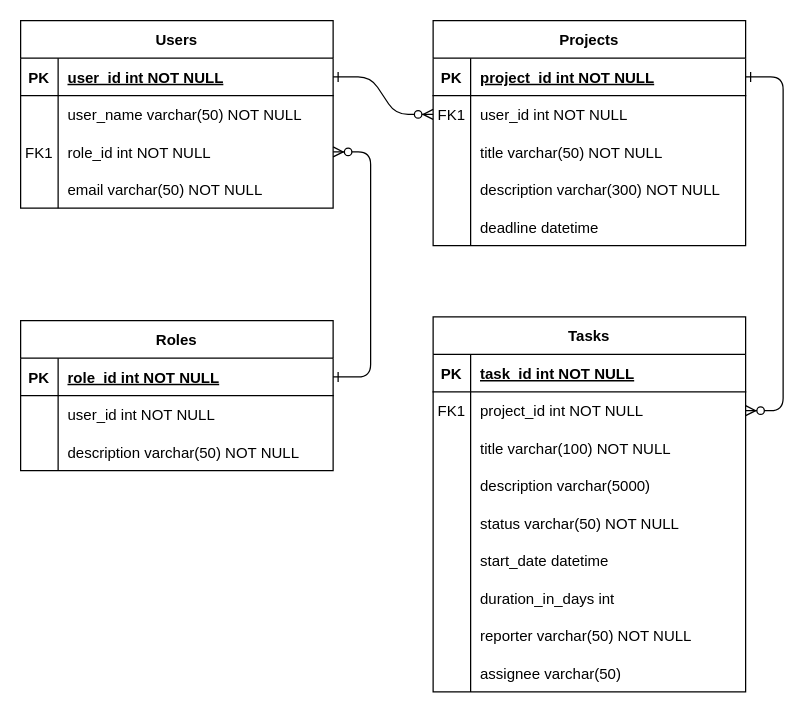
Above: docs/Specnogram entity relationship diagram.drawio in Nkosie199/Specnogram (draw.io), before the change. Source tidied: cells renumbered, new cells numbered last; positions are measured from the earlier drawing's top-left corner, leaving out a move shared by most shapes. Both pictures are drawn from the tidied source at 125%, with x=0, y=0 at pixel (20, 20).
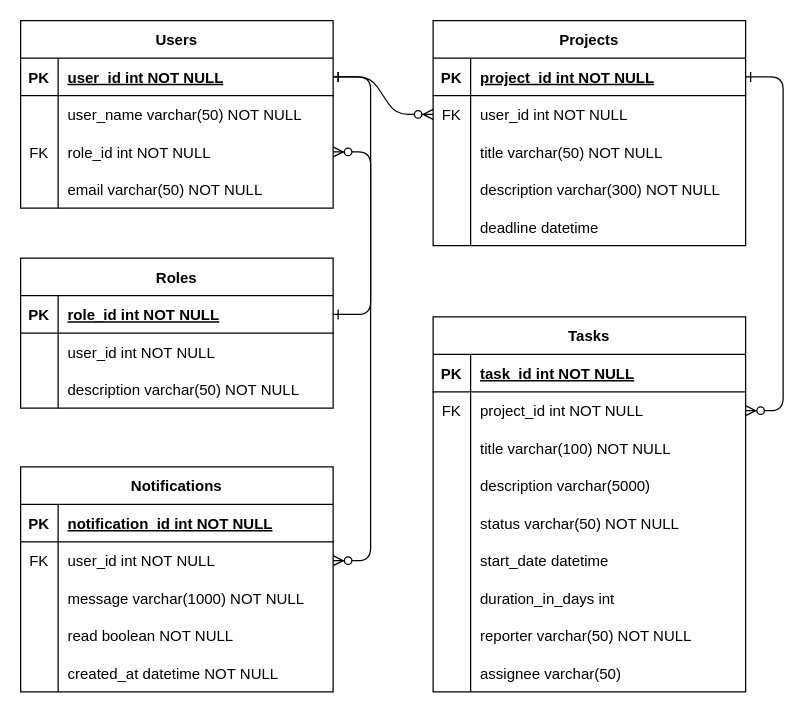
The same page after the edit.

Unchanged cells that the change refers to:
```xml
<mxCell id="8" style="shape=partialRectangle;fillColor=none;points=[[0,0.5],[1,0.5]];portConstraint=eastwest;top=0;left=0;right=0;bottom=0;" parent="4" vertex="1">
  <mxGeometry y="60" width="250" height="30" as="geometry" />
</mxCell>
<mxCell id="24" style="shape=partialRectangle;fillColor=none;points=[[0,0.5],[1,0.5]];portConstraint=eastwest;top=0;left=0;right=0;bottom=0;" parent="20" vertex="1">
  <mxGeometry y="60" width="250" height="30" as="geometry" />
</mxCell>
<mxCell id="49" style="shape=partialRectangle;fillColor=none;points=[[0,0.5],[1,0.5]];portConstraint=eastwest;top=0;left=0;right=0;bottom=1;" parent="48" vertex="1">
  <mxGeometry y="30" width="250" height="30" as="geometry" />
</mxCell>
<mxCell id="55" style="shape=partialRectangle;fillColor=none;points=[[0,0.5],[1,0.5]];portConstraint=eastwest;top=0;left=0;right=0;bottom=0;" parent="48" vertex="1">
  <mxGeometry y="90" width="250" height="30" as="geometry" />
</mxCell>
```

Diff of the diagram source:
```diff
@@
-    <mxCell id="9" value="FK1" style="shape=partialRectangle;overflow=hidden;fillColor=none;top=0;left=0;bottom=0;right=0;" parent="8" vertex="1">
+    <mxCell id="9" value="FK" style="shape=partialRectangle;overflow=hidden;fillColor=none;top=0;left=0;bottom=0;right=0;" parent="8" vertex="1">
       <mxGeometry width="30" height="30" as="geometry" />
     </mxCell>
@@
-    <mxCell id="25" value="FK1" style="shape=partialRectangle;overflow=hidden;fillColor=none;top=0;left=0;bottom=0;right=0;" parent="24" vertex="1">
+    <mxCell id="25" value="FK" style="shape=partialRectangle;overflow=hidden;fillColor=none;top=0;left=0;bottom=0;right=0;" parent="24" vertex="1">
       <mxGeometry width="30" height="30" as="geometry" />
     </mxCell>
@@
-    <mxCell id="56" value="FK1" style="shape=partialRectangle;overflow=hidden;fillColor=none;top=0;left=0;bottom=0;right=0;" parent="55" vertex="1">
+    <mxCell id="56" value="FK" style="shape=partialRectangle;overflow=hidden;fillColor=none;top=0;left=0;bottom=0;right=0;" parent="55" vertex="1">
       <mxGeometry width="30" height="30" as="geometry" />
     </mxCell>
@@
     <mxCell id="61" value="Roles" style="shape=table;startSize=30;childLayout=tableLayout;rowLines=0;fontStyle=1;align=center;" parent="1" vertex="1">
-      <mxGeometry y="240" width="250" height="120" as="geometry" />
+      <mxGeometry y="190" width="250" height="120" as="geometry" />
     </mxCell>
@@
+    <mxCell id="72" value="Notifications" style="shape=table;startSize=30;childLayout=tableLayout;rowLines=0;fontStyle=1;align=center;" parent="1" vertex="1">
+      <mxGeometry y="357" width="250" height="180" as="geometry" />
+    </mxCell>
+    <mxCell id="73" style="shape=partialRectangle;fillColor=none;top=0;left=0;right=0;bottom=1;" parent="72" vertex="1">
+      <mxGeometry y="30" width="250" height="30" as="geometry" />
+    </mxCell>
+    <mxCell id="74" value="PK" style="shape=partialRectangle;overflow=hidden;fillColor=none;top=0;left=0;bottom=0;right=0;fontStyle=1;" parent="73" vertex="1">
+      <mxGeometry width="30" height="30" as="geometry" />
+    </mxCell>
+    <mxCell id="75" value="notification_id int NOT NULL " style="shape=partialRectangle;overflow=hidden;fillColor=none;top=0;left=0;bottom=0;right=0;align=left;spacingLeft=6;fontStyle=5;" parent="73" vertex="1">
+      <mxGeometry x="30" width="220" height="30" as="geometry" />
+    </mxCell>
+    <mxCell id="76" style="shape=partialRectangle;fillColor=none;points=[[0,0.5],[1,0.5]];portConstraint=eastwest;top=0;left=0;right=0;bottom=0;" parent="72" vertex="1">
+      <mxGeometry y="60" width="250" height="30" as="geometry" />
+    </mxCell>
+    <mxCell id="77" value="FK" style="shape=partialRectangle;overflow=hidden;fillColor=none;top=0;left=0;bottom=0;right=0;" parent="76" vertex="1">
+      <mxGeometry width="30" height="30" as="geometry" />
+    </mxCell>
+    <mxCell id="78" value="user_id int NOT NULL" style="shape=partialRectangle;overflow=hidden;fillColor=none;top=0;left=0;bottom=0;right=0;align=left;spacingLeft=6;" parent="76" vertex="1">
+      <mxGeometry x="30" width="220" height="30" as="geometry" />
+    </mxCell>
+    <mxCell id="79" style="shape=partialRectangle;fillColor=none;top=0;left=0;right=0;bottom=0;" parent="72" vertex="1">
+      <mxGeometry y="90" width="250" height="30" as="geometry" />
+    </mxCell>
+    <mxCell id="80" style="shape=partialRectangle;overflow=hidden;fillColor=none;top=0;left=0;bottom=0;right=0;" parent="79" vertex="1">
+      <mxGeometry width="30" height="30" as="geometry" />
+    </mxCell>
+    <mxCell id="81" value="message varchar(1000) NOT NULL" style="shape=partialRectangle;overflow=hidden;fillColor=none;top=0;left=0;bottom=0;right=0;align=left;spacingLeft=6;" parent="79" vertex="1">
+      <mxGeometry x="30" width="220" height="30" as="geometry" />
+    </mxCell>
+    <mxCell id="82" style="shape=partialRectangle;fillColor=none;top=0;left=0;right=0;bottom=0;" parent="72" vertex="1">
+      <mxGeometry y="120" width="250" height="30" as="geometry" />
+    </mxCell>
+    <mxCell id="83" style="shape=partialRectangle;overflow=hidden;fillColor=none;top=0;left=0;bottom=0;right=0;" parent="82" vertex="1">
+      <mxGeometry width="30" height="30" as="geometry" />
+    </mxCell>
+    <mxCell id="84" value="read boolean NOT NULL" style="shape=partialRectangle;overflow=hidden;fillColor=none;top=0;left=0;bottom=0;right=0;align=left;spacingLeft=6;" parent="82" vertex="1">
+      <mxGeometry x="30" width="220" height="30" as="geometry" />
+    </mxCell>
+    <mxCell id="85" style="shape=partialRectangle;fillColor=none;top=0;left=0;right=0;bottom=0;" parent="72" vertex="1">
+      <mxGeometry y="150" width="250" height="30" as="geometry" />
+    </mxCell>
+    <mxCell id="86" style="shape=partialRectangle;overflow=hidden;fillColor=none;top=0;left=0;bottom=0;right=0;" parent="85" vertex="1">
+      <mxGeometry width="30" height="30" as="geometry" />
+    </mxCell>
+    <mxCell id="87" value="created_at datetime NOT NULL" style="shape=partialRectangle;overflow=hidden;fillColor=none;top=0;left=0;bottom=0;right=0;align=left;spacingLeft=6;" parent="85" vertex="1">
+      <mxGeometry x="30" width="220" height="30" as="geometry" />
+    </mxCell>
+    <mxCell id="88" style="edgeStyle=entityRelationEdgeStyle;endArrow=ERzeroToMany;startArrow=ERone;endFill=1;startFill=0;entryX=1;entryY=0.5;entryDx=0;entryDy=0;" parent="1" edge="1" source="49" target="76">
+      <mxGeometry relative="1" as="geometry">
+        <Array as="points">
+          <mxPoint x="-30" y="230" />
+        </Array>
+      </mxGeometry>
+    </mxCell>
```
